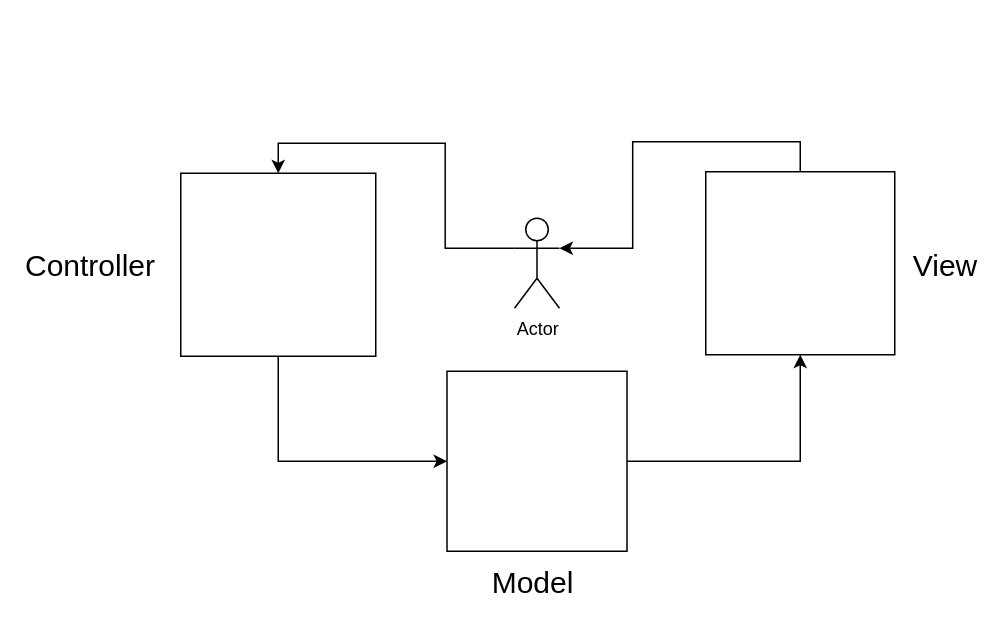
Before: Untitled Diagram.drawio in isobonja/CS-321-Project, a draw.io diagram. Source tidied: cells renumbered, new cells numbered last; positions are measured from the earlier drawing's top-left corner, leaving out a move shared by most shapes. Both pictures are drawn from the tidied source at 150%, with x=0, y=0 at pixel (60, 171).
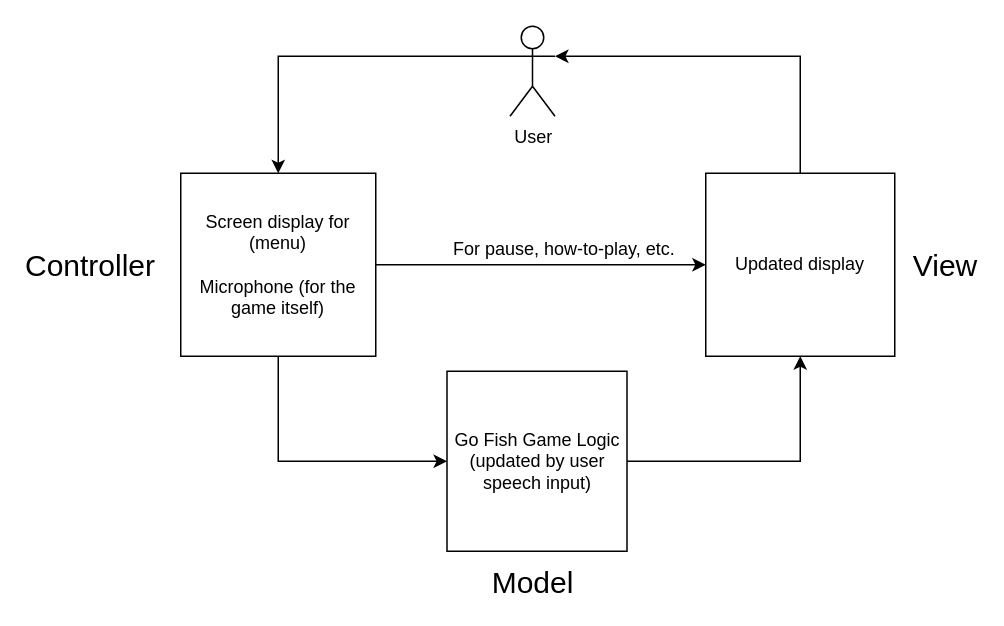
The same diagram, later.

Commit message:
GoFish App MVC Architecture.drawio

What changed in the source:
```diff
@@
 <mxGraphModel>
   <root>
     <mxCell id="0" />
     <mxCell id="1" parent="0" />
     <mxCell id="2" style="edgeStyle=orthogonalEdgeStyle;rounded=0;jettySize=auto;html=1;entryX=0.5;entryY=0;entryDx=0;entryDy=0;exitX=0;exitY=0.3333333333333333;exitDx=0;exitDy=0;exitPerimeter=0;" parent="1" edge="1" source="9" target="4">
       <mxGeometry relative="1" as="geometry" />
     </mxCell>
     <mxCell id="3" style="edgeStyle=orthogonalEdgeStyle;rounded=0;jettySize=auto;html=1;exitX=0.5;exitY=1;exitDx=0;exitDy=0;entryX=0;entryY=0.5;entryDx=0;entryDy=0;" parent="1" edge="1" source="4" target="8">
       <mxGeometry relative="1" as="geometry" />
     </mxCell>
+    <mxCell id="13" style="edgeStyle=orthogonalEdgeStyle;rounded=0;jettySize=auto;html=1;exitX=1;exitY=0.5;exitDx=0;exitDy=0;entryX=0;entryY=0.5;entryDx=0;entryDy=0;" parent="1" edge="1" source="4" target="6">
+      <mxGeometry relative="1" as="geometry" />
+    </mxCell>
-    <mxCell id="4" style="rounded=0;whiteSpace=wrap;html=1;" parent="1" vertex="1">
+    <mxCell id="4" value="Screen display for (menu)&lt;br&gt;&lt;br&gt;Microphone (for the game itself)" style="rounded=0;whiteSpace=wrap;html=1;" parent="1" vertex="1">
       <mxGeometry x="80" y="1" width="130" height="122" as="geometry" />
     </mxCell>
     <mxCell id="5" style="edgeStyle=orthogonalEdgeStyle;rounded=0;jettySize=auto;html=1;exitX=0.5;exitY=0;exitDx=0;exitDy=0;entryX=1;entryY=0.3333333333333333;entryDx=0;entryDy=0;entryPerimeter=0;" parent="1" edge="1" source="6" target="9">
       <mxGeometry relative="1" as="geometry" />
     </mxCell>
-    <mxCell id="6" style="rounded=0;whiteSpace=wrap;html=1;" parent="1" vertex="1">
-      <mxGeometry x="430" width="126" height="122" as="geometry" />
+    <mxCell id="6" value="Updated display" style="rounded=0;whiteSpace=wrap;html=1;" parent="1" vertex="1">
+      <mxGeometry x="430" y="1" width="126" height="122" as="geometry" />
     </mxCell>
     <mxCell id="7" style="edgeStyle=orthogonalEdgeStyle;rounded=0;jettySize=auto;html=1;exitX=1;exitY=0.5;exitDx=0;exitDy=0;entryX=0.5;entryY=1;entryDx=0;entryDy=0;" parent="1" edge="1" source="8" target="6">
       <mxGeometry relative="1" as="geometry" />
     </mxCell>
-    <mxCell id="8" style="rounded=0;whiteSpace=wrap;html=1;" parent="1" vertex="1">
+    <mxCell id="8" value="Go Fish Game Logic&lt;br&gt;(updated by user speech input)" style="rounded=0;whiteSpace=wrap;html=1;" parent="1" vertex="1">
       <mxGeometry x="257.5" y="133" width="120" height="120" as="geometry" />
     </mxCell>
-    <mxCell id="9" value="Actor" style="shape=umlActor;verticalLabelPosition=bottom;labelBackgroundColor=#ffffff;verticalAlign=top;html=1;outlineConnect=0;" parent="1" vertex="1">
-      <mxGeometry x="302.5" y="31" width="30" height="60" as="geometry" />
+    <mxCell id="9" value="User" style="shape=umlActor;verticalLabelPosition=bottom;labelBackgroundColor=#ffffff;verticalAlign=top;html=1;outlineConnect=0;" parent="1" vertex="1">
+      <mxGeometry x="299.5" y="-97" width="30" height="60" as="geometry" />
     </mxCell>
     <mxCell id="10" value="&lt;font style=&quot;font-size: 20px&quot;&gt;Controller&lt;/font&gt;" style="text;html=1;strokeColor=none;fillColor=none;align=center;verticalAlign=middle;whiteSpace=wrap;rounded=0;" parent="1" vertex="1">
       <mxGeometry y="52" width="40" height="20" as="geometry" />
     </mxCell>
     <mxCell id="11" value="&lt;font style=&quot;font-size: 20px&quot;&gt;Model&lt;/font&gt;" style="text;html=1;strokeColor=none;fillColor=none;align=center;verticalAlign=middle;whiteSpace=wrap;rounded=0;" parent="1" vertex="1">
       <mxGeometry x="295" y="263" width="40" height="20" as="geometry" />
     </mxCell>
     <mxCell id="12" value="&lt;font style=&quot;font-size: 20px&quot;&gt;View&lt;/font&gt;" style="text;html=1;strokeColor=none;fillColor=none;align=center;verticalAlign=middle;whiteSpace=wrap;rounded=0;strokeWidth=3;" parent="1" vertex="1">
       <mxGeometry x="570" y="52" width="40" height="20" as="geometry" />
     </mxCell>
+    <mxCell id="14" value="For pause, how-to-play, etc." style="text;html=1;align=left;verticalAlign=top;spacingTop=-4;" parent="1" vertex="1">
+      <mxGeometry x="259.5" y="42" width="160" height="20" as="geometry" />
+    </mxCell>
   </root>
 </mxGraphModel>
```
